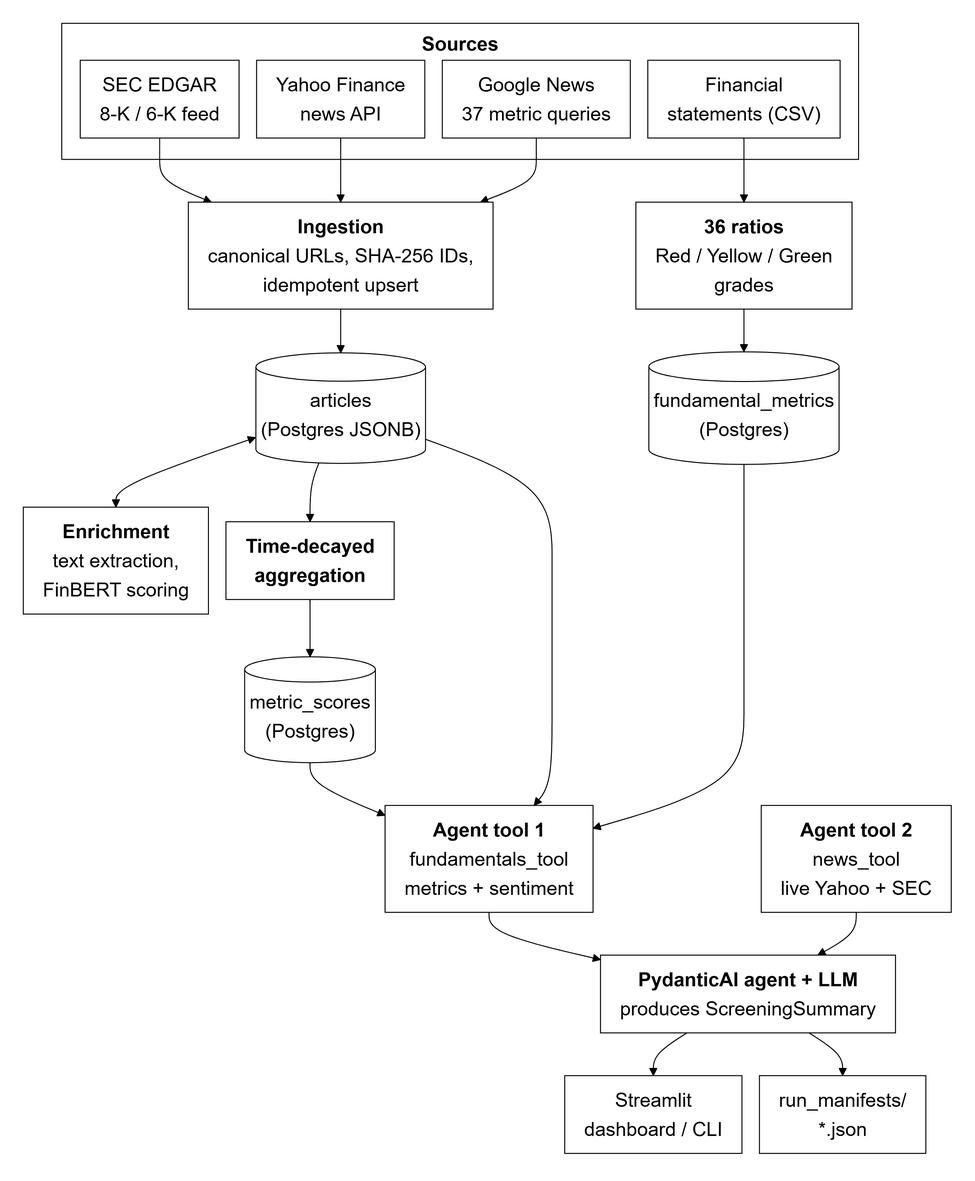
This is docs/diagrams/architecture.png from aks861999/Equity-Research-AI, a Mermaid export, as it was before one commit. Its source is kept beside it as docs/diagrams/architecture.mmd. The source it was exported from:
```mermaid
---
config:
  theme: base
  fontFamily: "Arial, Helvetica, sans-serif"
  themeCSS: ".cluster-label { font-weight: bold; }"
  themeVariables:
    background: "#ffffff"
    fontFamily: "Arial, Helvetica"
    fontSize: 20px
    primaryColor: "#ffffff"
    primaryTextColor: "#000000"
    primaryBorderColor: "#000000"
    secondaryColor: "#ffffff"
    secondaryTextColor: "#000000"
    secondaryBorderColor: "#000000"
    tertiaryColor: "#ffffff"
    tertiaryTextColor: "#000000"
    tertiaryBorderColor: "#000000"
    lineColor: "#000000"
    textColor: "#000000"
    clusterBkg: "#ffffff"
    clusterBorder: "#000000"
    titleColor: "#000000"
    edgeLabelBackground: "#ffffff"
  flowchart:
    nodeSpacing: 18
    rankSpacing: 44
    padding: 10
    wrappingWidth: 340
    subGraphTitleMargin:
      top: 6
      bottom: 10
---
flowchart TB
    subgraph SRC["Sources"]
        SEC["SEC EDGAR<br/>8-K / 6-K feed"]
        YF["Yahoo Finance<br/>news API"]
        GN["Google News<br/>37 metric queries"]
        CSV["Financial<br/>statements (CSV)"]
    end

    SEC & YF & GN --> ING["<b>Ingestion</b><br/>canonical URLs, SHA-256 IDs,<br/>idempotent upsert"]
    ING --> ART[("articles<br/>(Postgres JSONB)")]

    ART <--> NLP["<b>Enrichment</b><br/>text extraction,<br/>FinBERT scoring"]
    ART --> AGG["<b>Time-decayed</b><br/><b>aggregation</b>"]
    AGG --> MS[("metric_scores<br/>(Postgres)")]

    CSV --> FUND["<b>36 ratios</b><br/>Red / Yellow / Green<br/>grades"]
    FUND --> FM[("fundamental_metrics<br/>(Postgres)")]

    T1["<b>Agent tool 1</b><br/>fundamentals_tool<br/>metrics + sentiment"]
    T2["<b>Agent tool 2</b><br/>news_tool<br/>live Yahoo + SEC"]
    MS & FM & ART --> T1
    T1 & T2 --> LLM["<b>PydanticAI agent + LLM</b><br/>produces ScreeningSummary"]
    LLM --> UI["Streamlit<br/>dashboard / CLI"]
    LLM --> MAN["run_manifests/<br/>*.json"]
```
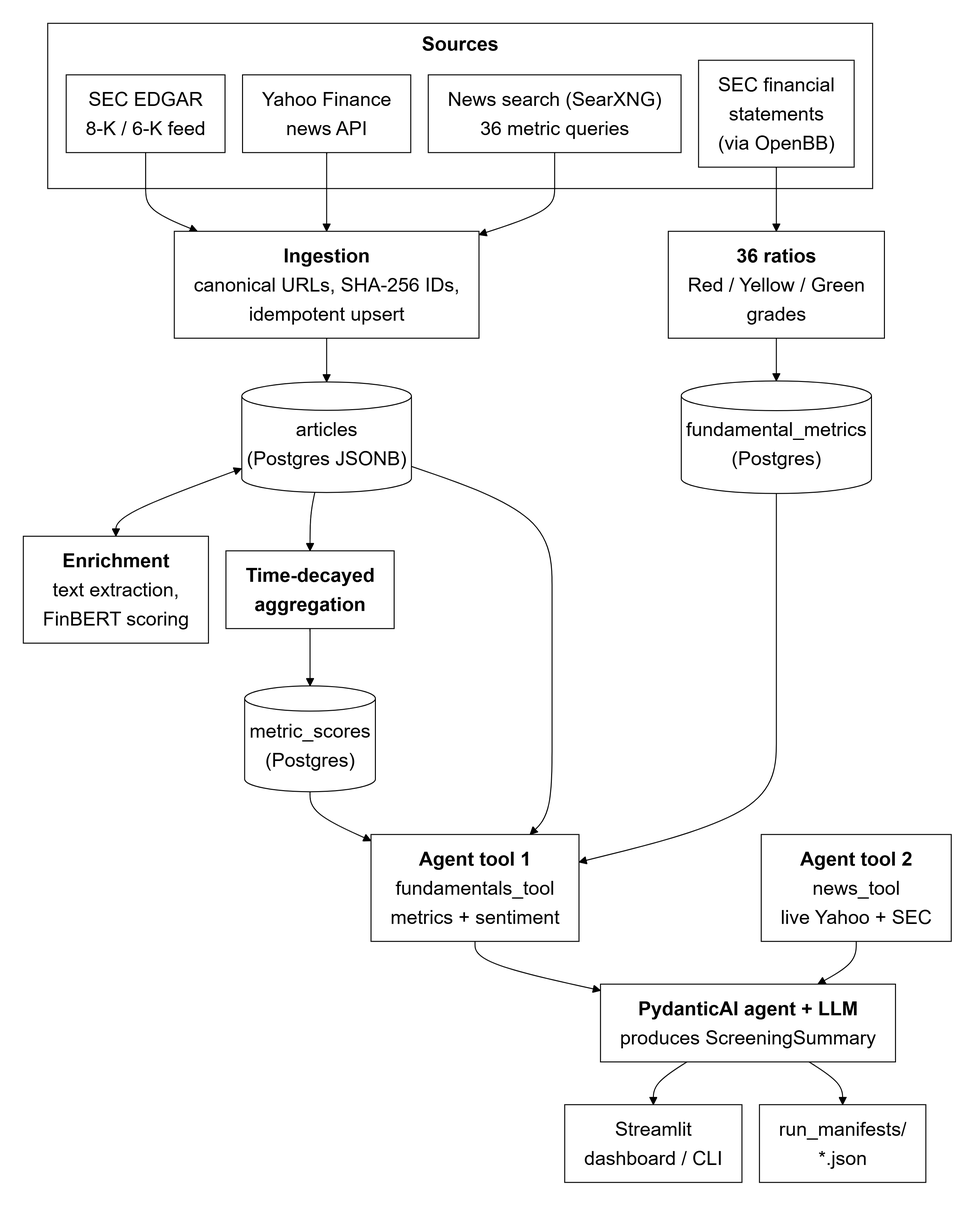
After the commit.

Change to the diagram source:
```diff
@@ -35,8 +35,8 @@
     subgraph SRC["Sources"]
         SEC["SEC EDGAR<br/>8-K / 6-K feed"]
         YF["Yahoo Finance<br/>news API"]
-        GN["Google News<br/>37 metric queries"]
-        CSV["Financial<br/>statements (CSV)"]
+        GN["News search (SearXNG)<br/>36 metric queries"]
+        CSV["SEC financial<br/>statements<br/>(via OpenBB)"]
     end
 
     SEC & YF & GN --> ING["<b>Ingestion</b><br/>canonical URLs, SHA-256 IDs,<br/>idempotent upsert"]
```
